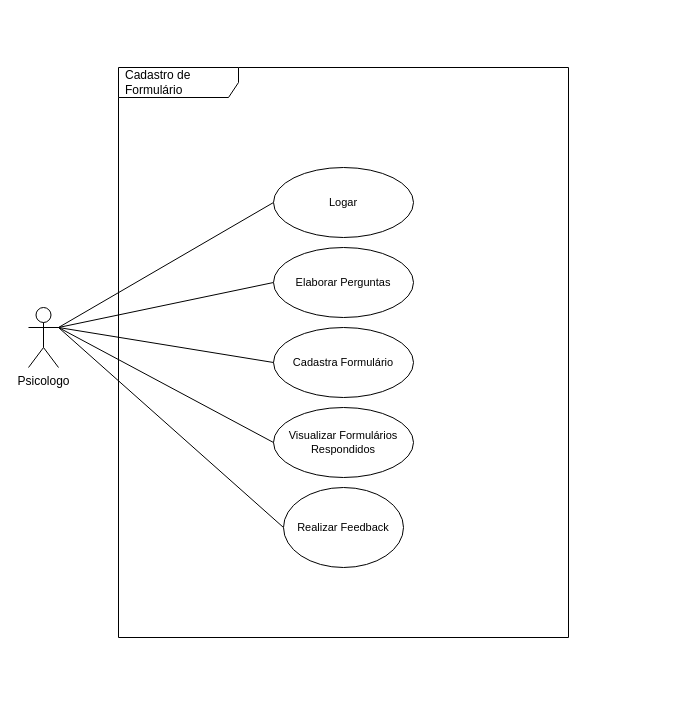
Earlier version of the draw.io diagram use-case-formulario.drawio (charlesYS/use-case-chillout). Source tidied: cells renumbered, new cells numbered last; positions are measured from the earlier drawing's top-left corner, leaving out a move shared by most shapes. Both pictures are drawn from the tidied source at 100%, with x=0, y=0 at pixel (28, 67).
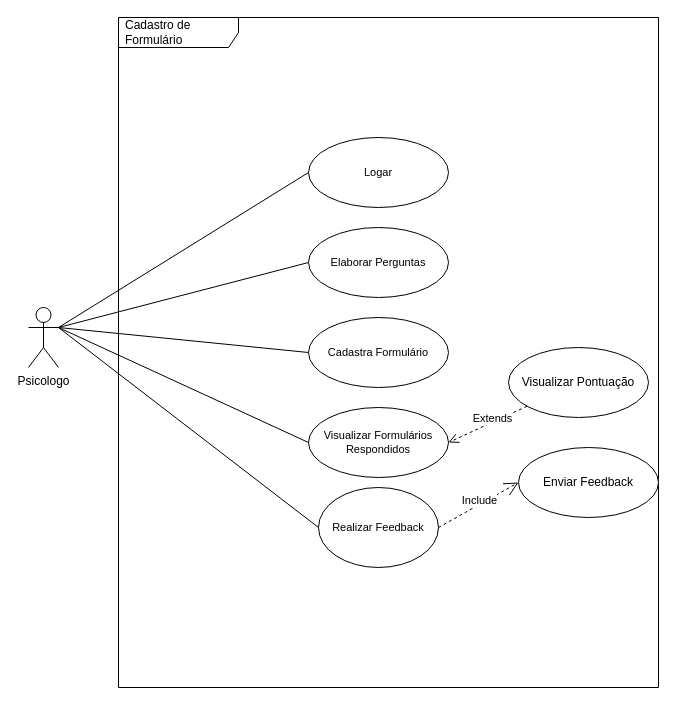
Above is the later version.

Diff of the diagram source:
```diff
@@
     <mxCell id="5" value="Cadastro de Formulário" style="shape=umlFrame;whiteSpace=wrap;html=1;width=120;height=30;boundedLbl=1;verticalAlign=middle;align=left;spacingLeft=5;" parent="1" vertex="1">
-      <mxGeometry x="90" width="450" height="570" as="geometry" />
+      <mxGeometry x="90" y="-50" width="540" height="670" as="geometry" />
     </mxCell>
@@
     <mxCell id="7" value="Logar" style="ellipse;whiteSpace=wrap;html=1;fontFamily=Helvetica;fontSize=11;fontColor=default;" parent="1" vertex="1">
-      <mxGeometry x="245" y="100" width="140" height="70" as="geometry" />
+      <mxGeometry x="280" y="70" width="140" height="70" as="geometry" />
     </mxCell>
     <mxCell id="8" value="Elaborar Perguntas" style="ellipse;whiteSpace=wrap;html=1;fontFamily=Helvetica;fontSize=11;fontColor=default;" parent="1" vertex="1">
-      <mxGeometry x="245" y="180" width="140" height="70" as="geometry" />
+      <mxGeometry x="280" y="160" width="140" height="70" as="geometry" />
     </mxCell>
     <mxCell id="9" value="Cadastra Formulário" style="ellipse;whiteSpace=wrap;html=1;fontFamily=Helvetica;fontSize=11;fontColor=default;" parent="1" vertex="1">
-      <mxGeometry x="245" y="260" width="140" height="70" as="geometry" />
+      <mxGeometry x="280" y="250" width="140" height="70" as="geometry" />
     </mxCell>
     <mxCell id="10" value="Visualizar Formulários Respondidos" style="ellipse;whiteSpace=wrap;html=1;fontFamily=Helvetica;fontSize=11;fontColor=default;" parent="1" vertex="1">
-      <mxGeometry x="245" y="340" width="140" height="70" as="geometry" />
+      <mxGeometry x="280" y="340" width="140" height="70" as="geometry" />
     </mxCell>
@@
     <mxCell id="13" value="Realizar Feedback" style="ellipse;whiteSpace=wrap;html=1;fontFamily=Helvetica;fontSize=11;fontColor=default;" parent="1" vertex="1">
-      <mxGeometry x="255" y="420" width="120" height="80" as="geometry" />
+      <mxGeometry x="290" y="420" width="120" height="80" as="geometry" />
     </mxCell>
+    <mxCell id="14" value="Enviar Feedback" style="ellipse;whiteSpace=wrap;html=1;" parent="1" vertex="1">
+      <mxGeometry x="490" y="380" width="140" height="70" as="geometry" />
+    </mxCell>
+    <mxCell id="15" value="Include" style="endArrow=open;endSize=12;dashed=1;html=1;rounded=0;exitX=1;exitY=0.5;exitDx=0;exitDy=0;entryX=0;entryY=0.5;entryDx=0;entryDy=0;" parent="1" edge="1" source="13" target="14">
+      <mxGeometry x="0.08" y="3" relative="1" as="geometry">
+        <mxPoint x="-1" as="offset" />
+      </mxGeometry>
+    </mxCell>
+    <mxCell id="16" value="Visualizar Pontuação" style="ellipse;whiteSpace=wrap;html=1;" parent="1" vertex="1">
+      <mxGeometry x="480" y="280" width="140" height="70" as="geometry" />
+    </mxCell>
+    <mxCell id="17" value="Extends" style="html=1;verticalAlign=bottom;endArrow=open;dashed=1;endSize=8;rounded=0;entryX=1;entryY=0.5;entryDx=0;entryDy=0;" parent="1" edge="1" source="16" target="10">
+      <mxGeometry x="-0.08" y="4" relative="1" as="geometry">
+        <mxPoint y="1" as="offset" />
+      </mxGeometry>
+    </mxCell>
```
